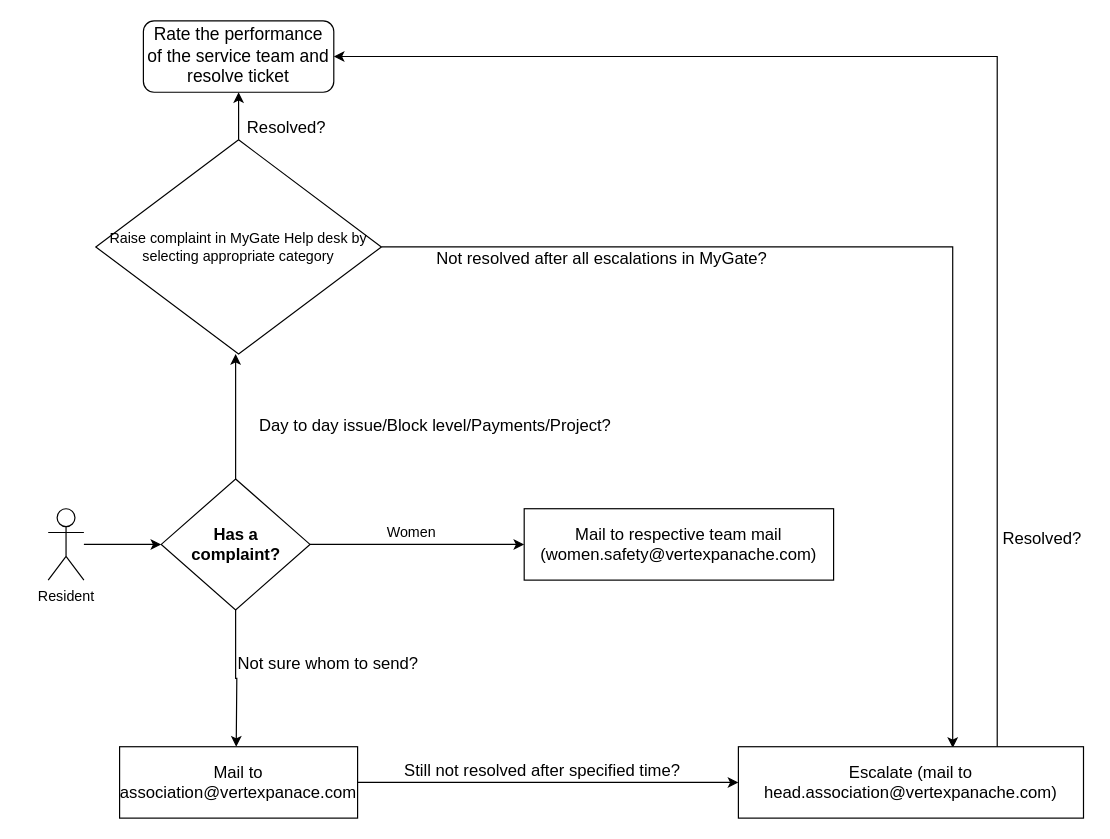
This is Untitled Diagram.drawio from menneni/algorithms, a draw.io file, before an edit. Source tidied: cells renumbered, new cells numbered last; positions are measured from the earlier drawing's top-left corner, leaving out a move shared by most shapes. Both pictures are drawn from the tidied source at 119%, with x=0, y=0 at pixel (48, 20).
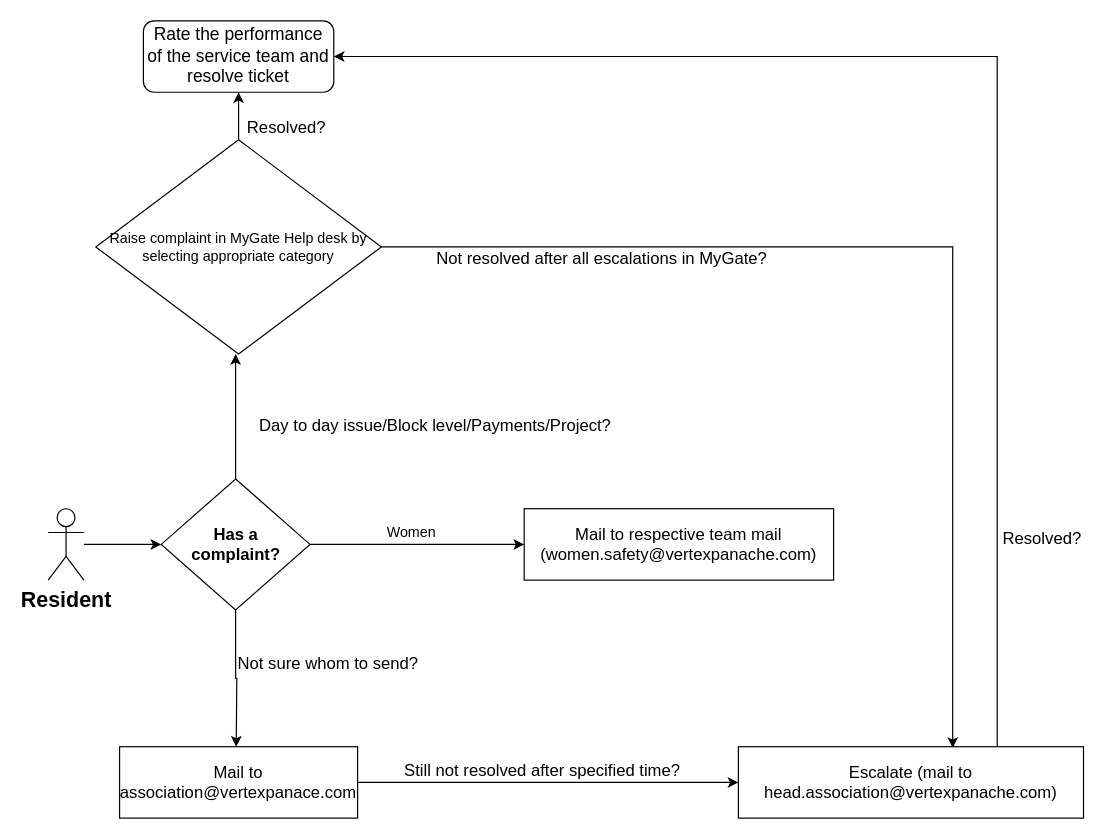
The same diagram, later.

The edit, as a diff of the source:
```diff
@@
-    <mxCell id="3" value="Resident" style="shape=umlActor;verticalLabelPosition=bottom;verticalAlign=top;html=1;outlineConnect=0;" parent="1" vertex="1">
+    <mxCell id="3" value="&lt;font style=&quot;font-size: 18px&quot;&gt;&lt;b&gt;Resident&lt;/b&gt;&lt;/font&gt;" style="shape=umlActor;verticalLabelPosition=bottom;verticalAlign=top;html=1;outlineConnect=0;" parent="1" vertex="1">
       <mxGeometry y="410" width="30" height="60" as="geometry" />
     </mxCell>
```
